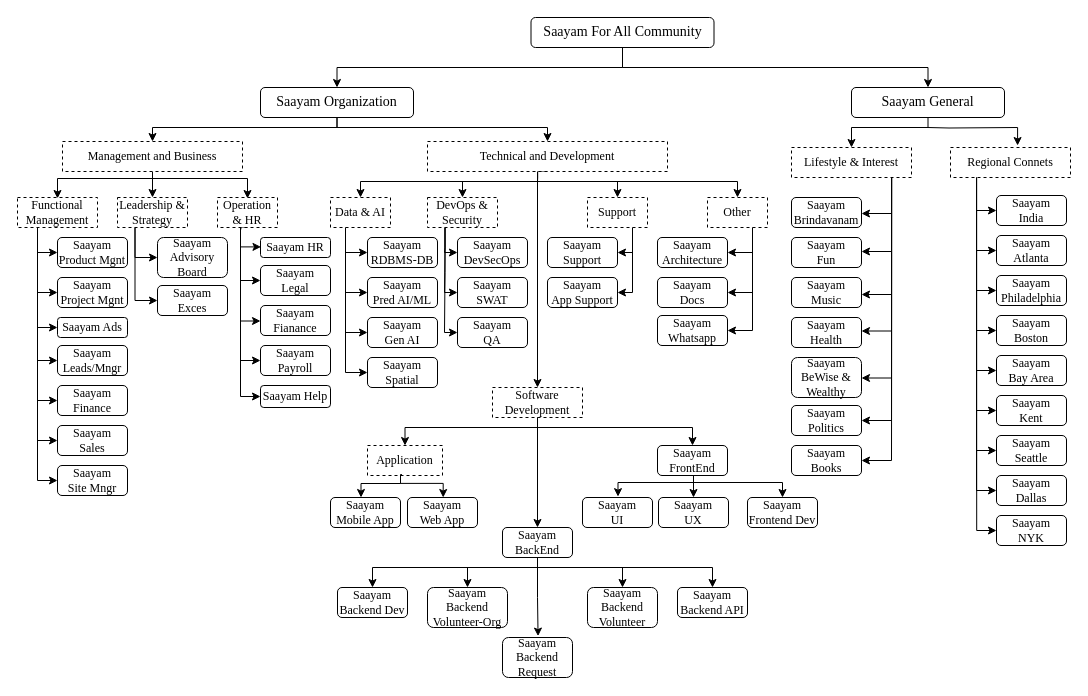
PallaviChitrada10/PallaviChitrada keeps this draw.io diagram as Saayam.drawio. Above is the earlier version. Source tidied: cells renumbered, new cells numbered last; positions are measured from the earlier drawing's top-left corner, leaving out a move shared by most shapes. Both pictures are drawn from the tidied source at 100%, with x=0, y=0 at pixel (17, 17).
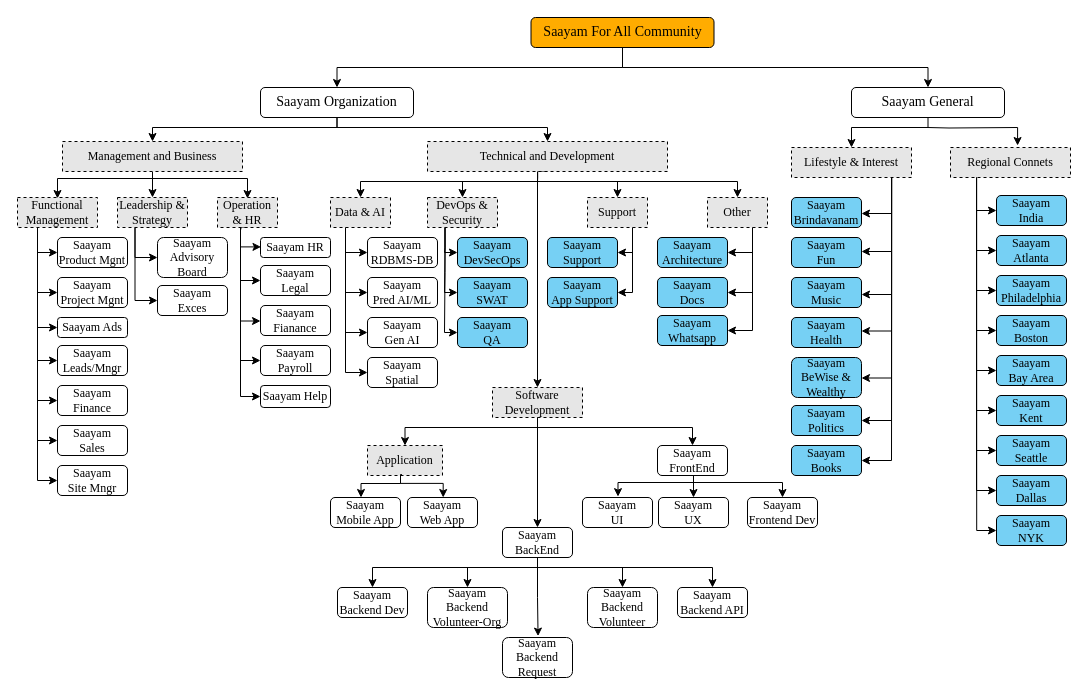
The same page after the edit.

Diff of the diagram source:
```diff
@@
-<mxGraphModel>
+<mxGraphModel background="#ffffff">
@@
-    <mxCell id="8" value="Management and Business" style="text;html=1;align=center;verticalAlign=middle;whiteSpace=wrap;rounded=0;fontFamily=Times New Roman;labelBackgroundColor=none;fillColor=default;strokeColor=default;dashed=1;" parent="1" vertex="1">
+    <mxCell id="8" value="Management and Business" style="text;html=1;align=center;verticalAlign=middle;whiteSpace=wrap;rounded=0;fontFamily=Times New Roman;labelBackgroundColor=none;fillColor=#E6E6E6;strokeColor=default;dashed=1;" parent="1" vertex="1">
       <mxGeometry x="45" y="124" width="180" height="30" as="geometry" />
     </mxCell>
@@
-    <mxCell id="12" value="Technical and Development" style="text;html=1;align=center;verticalAlign=middle;whiteSpace=wrap;rounded=0;fontFamily=Times New Roman;labelBackgroundColor=none;fillColor=default;strokeColor=default;dashed=1;" parent="1" vertex="1">
+    <mxCell id="12" value="Technical and Development" style="text;html=1;align=center;verticalAlign=middle;whiteSpace=wrap;rounded=0;fontFamily=Times New Roman;labelBackgroundColor=none;fillColor=#E6E6E6;strokeColor=default;dashed=1;" parent="1" vertex="1">
       <mxGeometry x="410" y="124" width="240" height="30" as="geometry" />
     </mxCell>
@@
-    <mxCell id="15" value="Leadership &amp;amp; Strategy" style="text;html=1;align=center;verticalAlign=middle;whiteSpace=wrap;rounded=0;fontFamily=Times New Roman;labelBackgroundColor=none;fillColor=default;strokeColor=default;dashed=1;" parent="1" vertex="1">
+    <mxCell id="15" value="Leadership &amp;amp; Strategy" style="text;html=1;align=center;verticalAlign=middle;whiteSpace=wrap;rounded=0;fontFamily=Times New Roman;labelBackgroundColor=none;fillColor=#E6E6E6;strokeColor=default;dashed=1;" parent="1" vertex="1">
       <mxGeometry x="100" y="180" width="70" height="30" as="geometry" />
     </mxCell>
@@
-    <mxCell id="20" value="Operation &amp;amp; HR" style="text;html=1;align=center;verticalAlign=middle;whiteSpace=wrap;rounded=0;fontFamily=Times New Roman;labelBackgroundColor=none;fillColor=default;strokeColor=default;dashed=1;" parent="1" vertex="1">
+    <mxCell id="20" value="Operation &amp;amp; HR" style="text;html=1;align=center;verticalAlign=middle;whiteSpace=wrap;rounded=0;fontFamily=Times New Roman;labelBackgroundColor=none;fillColor=#E6E6E6;strokeColor=default;dashed=1;" parent="1" vertex="1">
       <mxGeometry x="200" y="180" width="60" height="30" as="geometry" />
     </mxCell>
@@
-    <mxCell id="27" value="Functional Management" style="text;html=1;align=center;verticalAlign=middle;whiteSpace=wrap;rounded=0;fontFamily=Times New Roman;labelBackgroundColor=none;fillColor=default;strokeColor=default;dashed=1;" parent="1" vertex="1">
+    <mxCell id="27" value="Functional Management" style="text;html=1;align=center;verticalAlign=middle;whiteSpace=wrap;rounded=0;fontFamily=Times New Roman;labelBackgroundColor=none;fillColor=#E6E6E6;strokeColor=default;dashed=1;" parent="1" vertex="1">
       <mxGeometry y="180" width="80" height="30" as="geometry" />
     </mxCell>
@@
-    <mxCell id="44" value="&lt;font&gt;Saayam For All Community&lt;/font&gt;" style="rounded=1;whiteSpace=wrap;html=1;fontFamily=Times New Roman;fontSize=14;labelBackgroundColor=none;" parent="1" vertex="1">
+    <mxCell id="44" value="&lt;font&gt;Saayam For All Community&lt;/font&gt;" style="rounded=1;whiteSpace=wrap;html=1;fontFamily=Times New Roman;fontSize=14;labelBackgroundColor=none;fillColor=#FFAC00;" parent="1" vertex="1">
       <mxGeometry x="513.5" width="183" height="30" as="geometry" />
     </mxCell>
@@
-    <mxCell id="54" value="Data &amp;amp; AI" style="text;html=1;align=center;verticalAlign=middle;whiteSpace=wrap;rounded=0;fontFamily=Times New Roman;labelBackgroundColor=none;fillColor=default;strokeColor=default;dashed=1;" parent="1" vertex="1">
+    <mxCell id="54" value="Data &amp;amp; AI" style="text;html=1;align=center;verticalAlign=middle;whiteSpace=wrap;rounded=0;fontFamily=Times New Roman;labelBackgroundColor=none;fillColor=#E6E6E6;strokeColor=default;dashed=1;" parent="1" vertex="1">
       <mxGeometry x="313" y="180" width="60" height="30" as="geometry" />
     </mxCell>
@@
-    <mxCell id="58" value="Other" style="text;html=1;align=center;verticalAlign=middle;whiteSpace=wrap;rounded=0;fontFamily=Times New Roman;labelBackgroundColor=none;fillColor=default;strokeColor=default;dashed=1;" parent="1" vertex="1">
+    <mxCell id="58" value="Other" style="text;html=1;align=center;verticalAlign=middle;whiteSpace=wrap;rounded=0;fontFamily=Times New Roman;labelBackgroundColor=none;fillColor=#E6E6E6;strokeColor=default;dashed=1;" parent="1" vertex="1">
       <mxGeometry x="690" y="180" width="60" height="30" as="geometry" />
     </mxCell>
@@
-    <mxCell id="62" value="DevOps &amp;amp; Security" style="text;html=1;align=center;verticalAlign=middle;whiteSpace=wrap;rounded=0;fontFamily=Times New Roman;labelBackgroundColor=none;fillColor=default;strokeColor=default;dashed=1;" parent="1" vertex="1">
+    <mxCell id="62" value="DevOps &amp;amp; Security" style="text;html=1;align=center;verticalAlign=middle;whiteSpace=wrap;rounded=0;fontFamily=Times New Roman;labelBackgroundColor=none;fillColor=#E6E6E6;strokeColor=default;dashed=1;" parent="1" vertex="1">
       <mxGeometry x="410" y="180" width="70" height="30" as="geometry" />
     </mxCell>
@@
-    <mxCell id="65" value="Support" style="text;html=1;align=center;verticalAlign=middle;whiteSpace=wrap;rounded=0;fontFamily=Times New Roman;labelBackgroundColor=none;fillColor=default;strokeColor=default;dashed=1;" parent="1" vertex="1">
+    <mxCell id="65" value="Support" style="text;html=1;align=center;verticalAlign=middle;whiteSpace=wrap;rounded=0;fontFamily=Times New Roman;labelBackgroundColor=none;fillColor=#E6E6E6;strokeColor=default;dashed=1;" parent="1" vertex="1">
       <mxGeometry x="570" y="180" width="60" height="30" as="geometry" />
     </mxCell>
@@
-    <mxCell id="67" value="Saayam&lt;br&gt;DevSecOps" style="rounded=1;whiteSpace=wrap;html=1;fontFamily=Times New Roman;labelBackgroundColor=none;" parent="1" vertex="1">
+    <mxCell id="67" value="Saayam&lt;br&gt;DevSecOps" style="rounded=1;whiteSpace=wrap;html=1;fontFamily=Times New Roman;labelBackgroundColor=none;fillColor=light-dark(#76D0F4,#1D293B);" parent="1" vertex="1">
       <mxGeometry x="440" y="220" width="70" height="30" as="geometry" />
     </mxCell>
-    <mxCell id="68" value="Saayam&lt;br&gt;SWAT" style="rounded=1;whiteSpace=wrap;html=1;fontFamily=Times New Roman;labelBackgroundColor=none;" parent="1" vertex="1">
+    <mxCell id="68" value="Saayam&lt;br&gt;SWAT" style="rounded=1;whiteSpace=wrap;html=1;fontFamily=Times New Roman;labelBackgroundColor=none;fillColor=light-dark(#76D0F4,#1D293B);" parent="1" vertex="1">
       <mxGeometry x="440" y="260" width="70" height="30" as="geometry" />
     </mxCell>
-    <mxCell id="69" value="Saayam&lt;br&gt;QA" style="rounded=1;whiteSpace=wrap;html=1;fontFamily=Times New Roman;labelBackgroundColor=none;" parent="1" vertex="1">
+    <mxCell id="69" value="Saayam&lt;br&gt;QA" style="rounded=1;whiteSpace=wrap;html=1;fontFamily=Times New Roman;labelBackgroundColor=none;fillColor=light-dark(#76D0F4,#1D293B);" parent="1" vertex="1">
       <mxGeometry x="440" y="300" width="70" height="30" as="geometry" />
     </mxCell>
-    <mxCell id="70" value="Saayam&lt;br&gt;Support" style="rounded=1;whiteSpace=wrap;html=1;fontFamily=Times New Roman;labelBackgroundColor=none;" parent="1" vertex="1">
+    <mxCell id="70" value="Saayam&lt;br&gt;Support" style="rounded=1;whiteSpace=wrap;html=1;fontFamily=Times New Roman;labelBackgroundColor=none;fillColor=light-dark(#76D0F4,#1D293B);" parent="1" vertex="1">
       <mxGeometry x="530" y="220" width="70" height="30" as="geometry" />
     </mxCell>
-    <mxCell id="71" value="Saayam&lt;br&gt;App Support" style="rounded=1;whiteSpace=wrap;html=1;fontFamily=Times New Roman;labelBackgroundColor=none;" parent="1" vertex="1">
+    <mxCell id="71" value="Saayam&lt;br&gt;App Support" style="rounded=1;whiteSpace=wrap;html=1;fontFamily=Times New Roman;labelBackgroundColor=none;fillColor=light-dark(#76D0F4,#1D293B);" parent="1" vertex="1">
       <mxGeometry x="530" y="260" width="70" height="30" as="geometry" />
     </mxCell>
-    <mxCell id="72" value="Saayam&lt;br&gt;Architecture" style="rounded=1;whiteSpace=wrap;html=1;fontFamily=Times New Roman;labelBackgroundColor=none;" parent="1" vertex="1">
+    <mxCell id="72" value="Saayam&lt;br&gt;Architecture" style="rounded=1;whiteSpace=wrap;html=1;fontFamily=Times New Roman;labelBackgroundColor=none;fillColor=light-dark(#76D0F4,#1D293B);" parent="1" vertex="1">
       <mxGeometry x="640" y="220" width="70" height="30" as="geometry" />
     </mxCell>
-    <mxCell id="73" value="Saayam&lt;br&gt;Docs" style="rounded=1;whiteSpace=wrap;html=1;fontFamily=Times New Roman;labelBackgroundColor=none;" parent="1" vertex="1">
+    <mxCell id="73" value="Saayam&lt;br&gt;Docs" style="rounded=1;whiteSpace=wrap;html=1;fontFamily=Times New Roman;labelBackgroundColor=none;fillColor=light-dark(#76D0F4,#1D293B);" parent="1" vertex="1">
       <mxGeometry x="640" y="260" width="70" height="30" as="geometry" />
     </mxCell>
@@
-    <mxCell id="76" value="Software Development" style="text;html=1;align=center;verticalAlign=middle;whiteSpace=wrap;rounded=0;fontFamily=Times New Roman;labelBackgroundColor=none;fillColor=default;strokeColor=default;dashed=1;" parent="1" vertex="1">
+    <mxCell id="76" value="Software Development" style="text;html=1;align=center;verticalAlign=middle;whiteSpace=wrap;rounded=0;fontFamily=Times New Roman;labelBackgroundColor=none;fillColor=#E6E6E6;strokeColor=default;dashed=1;" parent="1" vertex="1">
       <mxGeometry x="475" y="370" width="90" height="30" as="geometry" />
     </mxCell>
@@
-    <mxCell id="78" value="Application" style="text;html=1;align=center;verticalAlign=middle;whiteSpace=wrap;rounded=0;fontFamily=Times New Roman;labelBackgroundColor=none;fillColor=default;strokeColor=default;dashed=1;" parent="1" vertex="1">
+    <mxCell id="78" value="Application" style="text;html=1;align=center;verticalAlign=middle;whiteSpace=wrap;rounded=0;fontFamily=Times New Roman;labelBackgroundColor=none;fillColor=#E6E6E6;strokeColor=default;dashed=1;" parent="1" vertex="1">
       <mxGeometry x="350" y="428" width="75" height="30" as="geometry" />
     </mxCell>
@@
-    <mxCell id="98" value="Lifestyle &amp;amp; Interest" style="text;html=1;align=center;verticalAlign=middle;whiteSpace=wrap;rounded=0;fontFamily=Times New Roman;labelBackgroundColor=none;fillColor=default;strokeColor=default;dashed=1;" parent="1" vertex="1">
+    <mxCell id="98" value="Lifestyle &amp;amp; Interest" style="text;html=1;align=center;verticalAlign=middle;whiteSpace=wrap;rounded=0;fontFamily=Times New Roman;labelBackgroundColor=none;fillColor=#E6E6E6;strokeColor=default;dashed=1;" parent="1" vertex="1">
       <mxGeometry x="774" y="130" width="120" height="30" as="geometry" />
     </mxCell>
@@
-    <mxCell id="107" value="Regional Connets" style="text;html=1;align=center;verticalAlign=middle;whiteSpace=wrap;rounded=0;fontFamily=Times New Roman;labelBackgroundColor=none;fillColor=default;strokeColor=default;dashed=1;" parent="1" vertex="1">
+    <mxCell id="107" value="Regional Connets" style="text;html=1;align=center;verticalAlign=middle;whiteSpace=wrap;rounded=0;fontFamily=Times New Roman;labelBackgroundColor=none;fillColor=#E6E6E6;strokeColor=default;dashed=1;" parent="1" vertex="1">
       <mxGeometry x="933" y="130" width="120" height="30" as="geometry" />
     </mxCell>
-    <mxCell id="108" value="Saayam&lt;br&gt;Brindavanam" style="rounded=1;whiteSpace=wrap;html=1;fontFamily=Times New Roman;labelBackgroundColor=none;" parent="1" vertex="1">
+    <mxCell id="108" value="Saayam&lt;br&gt;Brindavanam" style="rounded=1;whiteSpace=wrap;html=1;fontFamily=Times New Roman;labelBackgroundColor=none;fillColor=light-dark(#76D0F4,#1D293B);" parent="1" vertex="1">
       <mxGeometry x="774" y="180" width="70" height="30" as="geometry" />
     </mxCell>
-    <mxCell id="109" value="Saayam&lt;br&gt;Fun" style="rounded=1;whiteSpace=wrap;html=1;fontFamily=Times New Roman;labelBackgroundColor=none;" parent="1" vertex="1">
+    <mxCell id="109" value="Saayam&lt;br&gt;Fun" style="rounded=1;whiteSpace=wrap;html=1;fontFamily=Times New Roman;labelBackgroundColor=none;fillColor=light-dark(#76D0F4,#1D293B);" parent="1" vertex="1">
       <mxGeometry x="774" y="220" width="70" height="30" as="geometry" />
     </mxCell>
-    <mxCell id="110" value="Saayam&lt;br&gt;Music" style="rounded=1;whiteSpace=wrap;html=1;fontFamily=Times New Roman;labelBackgroundColor=none;" parent="1" vertex="1">
+    <mxCell id="110" value="Saayam&lt;br&gt;Music" style="rounded=1;whiteSpace=wrap;html=1;fontFamily=Times New Roman;labelBackgroundColor=none;fillColor=light-dark(#76D0F4,#1D293B);" parent="1" vertex="1">
       <mxGeometry x="774" y="260" width="70" height="30" as="geometry" />
     </mxCell>
-    <mxCell id="111" value="Saayam&lt;br&gt;Health" style="rounded=1;whiteSpace=wrap;html=1;fontFamily=Times New Roman;labelBackgroundColor=none;" parent="1" vertex="1">
+    <mxCell id="111" value="Saayam&lt;br&gt;Health" style="rounded=1;whiteSpace=wrap;html=1;fontFamily=Times New Roman;labelBackgroundColor=none;fillColor=light-dark(#76D0F4,#1D293B);" parent="1" vertex="1">
       <mxGeometry x="774" y="300" width="70" height="30" as="geometry" />
     </mxCell>
-    <mxCell id="112" value="Saayam&lt;br&gt;BeWise &amp;amp; Wealthy" style="rounded=1;whiteSpace=wrap;html=1;fontFamily=Times New Roman;labelBackgroundColor=none;" parent="1" vertex="1">
+    <mxCell id="112" value="Saayam&lt;br&gt;BeWise &amp;amp; Wealthy" style="rounded=1;whiteSpace=wrap;html=1;fontFamily=Times New Roman;labelBackgroundColor=none;fillColor=light-dark(#76D0F4,#1D293B);" parent="1" vertex="1">
       <mxGeometry x="774" y="340" width="70" height="40" as="geometry" />
     </mxCell>
-    <mxCell id="113" value="Saayam&lt;br&gt;Politics" style="rounded=1;whiteSpace=wrap;html=1;fontFamily=Times New Roman;labelBackgroundColor=none;" parent="1" vertex="1">
+    <mxCell id="113" value="Saayam&lt;br&gt;Politics" style="rounded=1;whiteSpace=wrap;html=1;fontFamily=Times New Roman;labelBackgroundColor=none;fillColor=light-dark(#76D0F4,#1D293B);" parent="1" vertex="1">
       <mxGeometry x="774" y="388" width="70" height="30" as="geometry" />
     </mxCell>
-    <mxCell id="114" value="Saayam&lt;br&gt;Books" style="rounded=1;whiteSpace=wrap;html=1;fontFamily=Times New Roman;labelBackgroundColor=none;" parent="1" vertex="1">
+    <mxCell id="114" value="Saayam&lt;br&gt;Books" style="rounded=1;whiteSpace=wrap;html=1;fontFamily=Times New Roman;labelBackgroundColor=none;fillColor=light-dark(#76D0F4,#1D293B);" parent="1" vertex="1">
       <mxGeometry x="774" y="428" width="70" height="30" as="geometry" />
     </mxCell>
-    <mxCell id="115" value="Saayam&lt;br&gt;India" style="rounded=1;whiteSpace=wrap;html=1;fontFamily=Times New Roman;labelBackgroundColor=none;" parent="1" vertex="1">
+    <mxCell id="115" value="Saayam&lt;br&gt;India" style="rounded=1;whiteSpace=wrap;html=1;fontFamily=Times New Roman;labelBackgroundColor=none;fillColor=light-dark(#76D0F4,#1D293B);" parent="1" vertex="1">
       <mxGeometry x="979" y="178" width="70" height="30" as="geometry" />
     </mxCell>
-    <mxCell id="116" value="Saayam&lt;br&gt;Atlanta" style="rounded=1;whiteSpace=wrap;html=1;fontFamily=Times New Roman;labelBackgroundColor=none;" parent="1" vertex="1">
+    <mxCell id="116" value="Saayam&lt;br&gt;Atlanta" style="rounded=1;whiteSpace=wrap;html=1;fontFamily=Times New Roman;labelBackgroundColor=none;fillColor=light-dark(#76D0F4,#1D293B);" parent="1" vertex="1">
       <mxGeometry x="979" y="218" width="70" height="30" as="geometry" />
     </mxCell>
-    <mxCell id="117" value="Saayam&lt;br&gt;Philadelphia" style="rounded=1;whiteSpace=wrap;html=1;fontFamily=Times New Roman;labelBackgroundColor=none;" parent="1" vertex="1">
+    <mxCell id="117" value="Saayam&lt;br&gt;Philadelphia" style="rounded=1;whiteSpace=wrap;html=1;fontFamily=Times New Roman;labelBackgroundColor=none;fillColor=light-dark(#76D0F4,#1D293B);" parent="1" vertex="1">
       <mxGeometry x="979" y="258" width="70" height="30" as="geometry" />
     </mxCell>
-    <mxCell id="118" value="Saayam&lt;br&gt;Boston" style="rounded=1;whiteSpace=wrap;html=1;fontFamily=Times New Roman;labelBackgroundColor=none;" parent="1" vertex="1">
+    <mxCell id="118" value="Saayam&lt;br&gt;Boston" style="rounded=1;whiteSpace=wrap;html=1;fontFamily=Times New Roman;labelBackgroundColor=none;fillColor=light-dark(#76D0F4,#1D293B);" parent="1" vertex="1">
       <mxGeometry x="979" y="298" width="70" height="30" as="geometry" />
     </mxCell>
-    <mxCell id="119" value="Saayam&lt;br&gt;Bay Area" style="rounded=1;whiteSpace=wrap;html=1;fontFamily=Times New Roman;labelBackgroundColor=none;" parent="1" vertex="1">
+    <mxCell id="119" value="Saayam&lt;br&gt;Bay Area" style="rounded=1;whiteSpace=wrap;html=1;fontFamily=Times New Roman;labelBackgroundColor=none;fillColor=light-dark(#76D0F4,#1D293B);" parent="1" vertex="1">
       <mxGeometry x="979" y="338" width="70" height="30" as="geometry" />
     </mxCell>
-    <mxCell id="120" value="Saayam&lt;br&gt;Kent" style="rounded=1;whiteSpace=wrap;html=1;fontFamily=Times New Roman;labelBackgroundColor=none;" parent="1" vertex="1">
+    <mxCell id="120" value="Saayam&lt;br&gt;Kent" style="rounded=1;whiteSpace=wrap;html=1;fontFamily=Times New Roman;labelBackgroundColor=none;fillColor=light-dark(#76D0F4,#1D293B);" parent="1" vertex="1">
       <mxGeometry x="979" y="378" width="70" height="30" as="geometry" />
     </mxCell>
-    <mxCell id="121" value="Saayam&lt;br&gt;Seattle" style="rounded=1;whiteSpace=wrap;html=1;fontFamily=Times New Roman;labelBackgroundColor=none;" parent="1" vertex="1">
+    <mxCell id="121" value="Saayam&lt;br&gt;Seattle" style="rounded=1;whiteSpace=wrap;html=1;fontFamily=Times New Roman;labelBackgroundColor=none;fillColor=light-dark(#76D0F4,#1D293B);" parent="1" vertex="1">
       <mxGeometry x="979" y="418" width="70" height="30" as="geometry" />
     </mxCell>
-    <mxCell id="122" value="Saayam&lt;br&gt;Dallas" style="rounded=1;whiteSpace=wrap;html=1;fontFamily=Times New Roman;labelBackgroundColor=none;" parent="1" vertex="1">
+    <mxCell id="122" value="Saayam&lt;br&gt;Dallas" style="rounded=1;whiteSpace=wrap;html=1;fontFamily=Times New Roman;labelBackgroundColor=none;fillColor=light-dark(#76D0F4,#1D293B);" parent="1" vertex="1">
       <mxGeometry x="979" y="458" width="70" height="30" as="geometry" />
     </mxCell>
-    <mxCell id="123" value="Saayam&lt;br&gt;NYK" style="rounded=1;whiteSpace=wrap;html=1;fontFamily=Times New Roman;labelBackgroundColor=none;" parent="1" vertex="1">
+    <mxCell id="123" value="Saayam&lt;br&gt;NYK" style="rounded=1;whiteSpace=wrap;html=1;fontFamily=Times New Roman;labelBackgroundColor=none;fillColor=light-dark(#76D0F4,#1D293B);" parent="1" vertex="1">
       <mxGeometry x="979" y="498" width="70" height="30" as="geometry" />
     </mxCell>
-    <mxCell id="124" value="Saayam&lt;br&gt;Whatsapp" style="rounded=1;whiteSpace=wrap;html=1;fontFamily=Times New Roman;labelBackgroundColor=none;" parent="1" vertex="1">
+    <mxCell id="124" value="Saayam&lt;br&gt;Whatsapp" style="rounded=1;whiteSpace=wrap;html=1;fontFamily=Times New Roman;labelBackgroundColor=none;fillColor=light-dark(#76D0F4,#1D293B);" parent="1" vertex="1">
       <mxGeometry x="640" y="298" width="70" height="30" as="geometry" />
     </mxCell>
```
